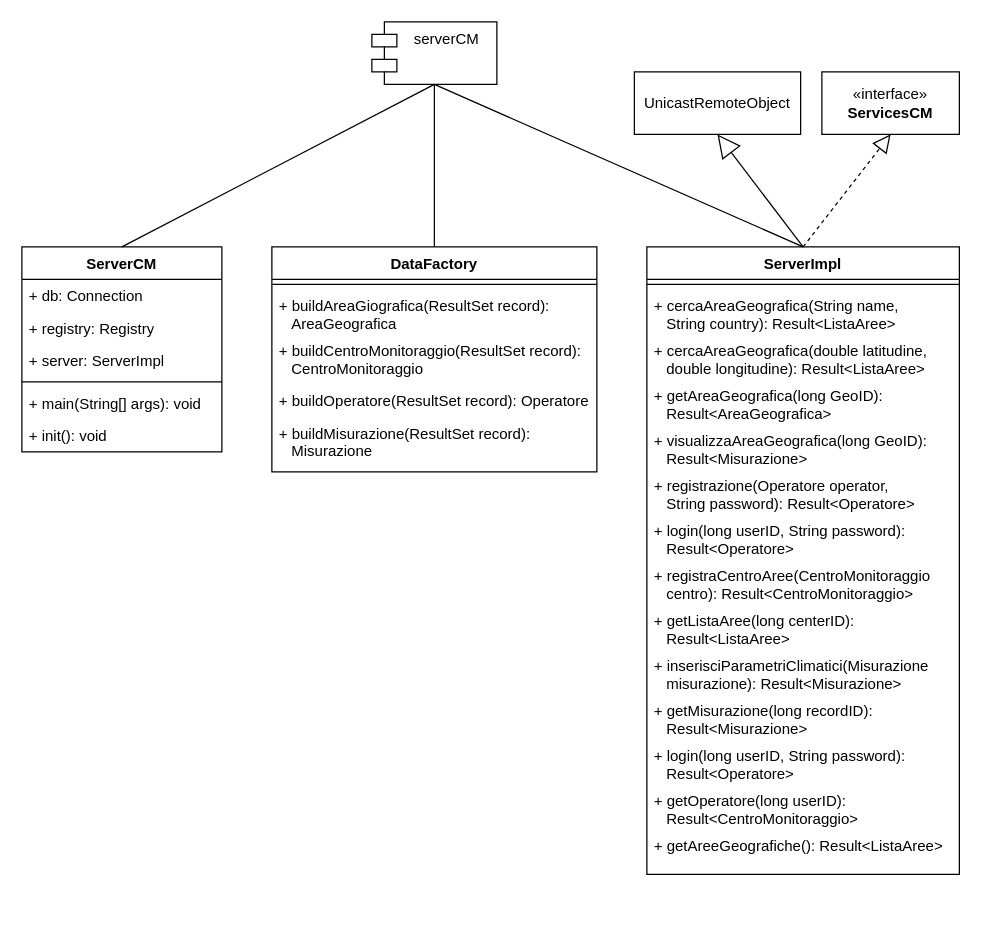
Earlier version of the draw.io diagram fig/drawio/serverCM.drawio (Qu4draetto-A3B/UniLab-docs). Source tidied: cells renumbered, new cells numbered last; positions are measured from the earlier drawing's top-left corner, leaving out a move shared by most shapes. Both pictures are drawn from the tidied source at 125%, with x=0, y=0 at pixel (21, 21).
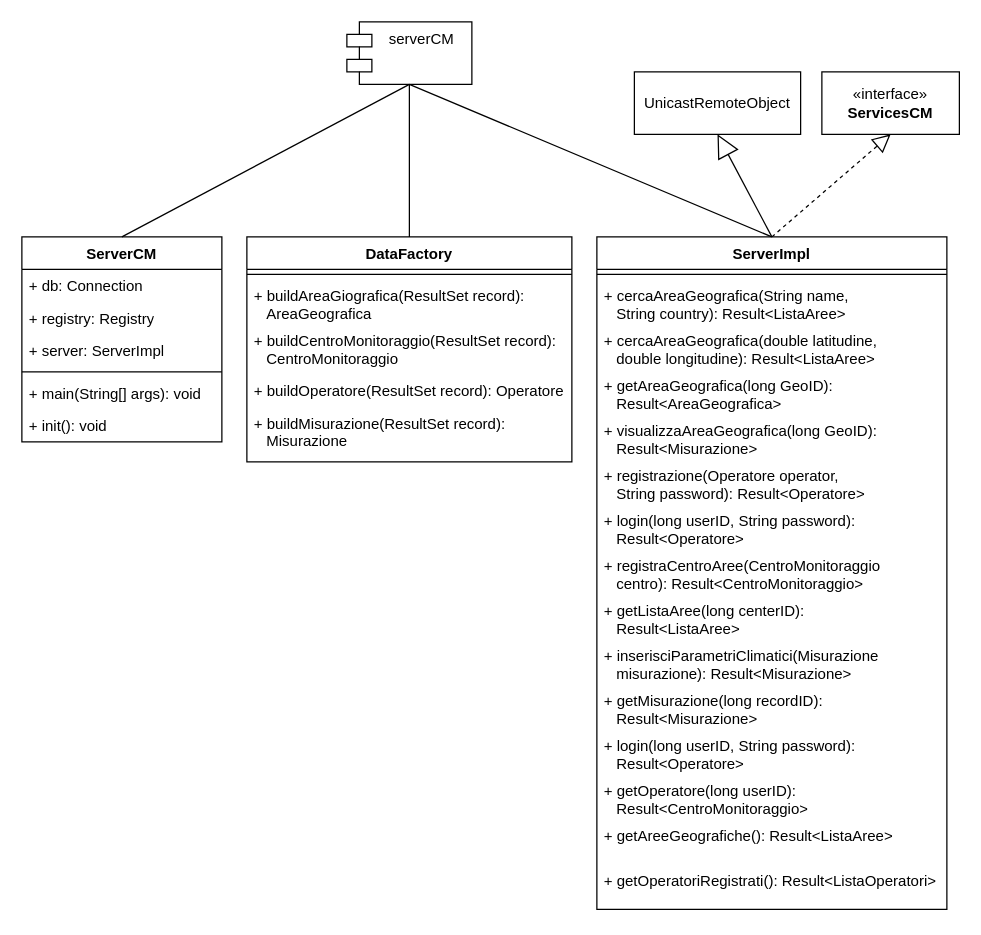
Above is the later version.

Change to the diagram source:
```diff
@@
     <mxCell id="2" value="serverCM" style="shape=module;align=left;spacingLeft=20;align=center;verticalAlign=top;whiteSpace=wrap;html=1;" parent="1" vertex="1">
-      <mxGeometry x="280" width="100" height="50" as="geometry" />
+      <mxGeometry x="260" width="100" height="50" as="geometry" />
     </mxCell>
     <mxCell id="3" value="DataFactory" style="swimlane;fontStyle=1;align=center;verticalAlign=top;horizontal=1;startSize=26;whiteSpace=wrap;html=1;" parent="1" vertex="1">
-      <mxGeometry x="200" y="180" width="260" height="180" as="geometry" />
+      <mxGeometry x="180" y="172" width="260" height="180" as="geometry" />
     </mxCell>
@@
     <mxCell id="9" value="ServerCM" style="swimlane;fontStyle=1;align=center;verticalAlign=top;horizontal=1;startSize=26;whiteSpace=wrap;html=1;" parent="1" vertex="1">
-      <mxGeometry y="180" width="160" height="164" as="geometry" />
+      <mxGeometry y="172" width="160" height="164" as="geometry" />
     </mxCell>
@@
     <mxCell id="16" value="ServerImpl" style="swimlane;fontStyle=1;align=center;verticalAlign=top;horizontal=1;startSize=26;whiteSpace=wrap;html=1;" parent="1" vertex="1">
-      <mxGeometry x="500" y="180" width="250" height="502" as="geometry" />
+      <mxGeometry x="460" y="172" width="280" height="538" as="geometry" />
     </mxCell>
     <mxCell id="17" style="line;strokeWidth=1;fillColor=none;align=left;verticalAlign=middle;spacingTop=-1;spacingLeft=3;spacingRight=3;labelPosition=right;strokeColor=inherit;" parent="16" vertex="1">
-      <mxGeometry y="26" width="250" height="8" as="geometry" />
+      <mxGeometry y="26" width="280" height="8" as="geometry" />
     </mxCell>
     <mxCell id="18" value="+ cercaAreaGeografica(String name,&amp;nbsp; &amp;nbsp;&lt;br&gt;&amp;nbsp; &amp;nbsp;String country): Result&amp;lt;ListaAree&amp;gt;" style="text;strokeColor=none;fillColor=none;align=left;verticalAlign=top;spacingLeft=4;spacingRight=4;overflow=hidden;whiteSpace=wrap;html=1;" parent="16" vertex="1">
-      <mxGeometry y="34" width="250" height="36" as="geometry" />
+      <mxGeometry y="34" width="280" height="36" as="geometry" />
     </mxCell>
     <mxCell id="19" value="+ cercaAreaGeografica(double latitudine,&lt;br&gt;&amp;nbsp; &amp;nbsp;double longitudine): Result&amp;lt;ListaAree&amp;gt;" style="text;strokeColor=none;fillColor=none;align=left;verticalAlign=top;spacingLeft=4;spacingRight=4;overflow=hidden;whiteSpace=wrap;html=1;" parent="16" vertex="1">
-      <mxGeometry y="70" width="250" height="36" as="geometry" />
+      <mxGeometry y="70" width="280" height="36" as="geometry" />
     </mxCell>
     <mxCell id="20" value="+ getAreaGeografica(long GeoID):&lt;br&gt;&amp;nbsp; &amp;nbsp;Result&amp;lt;AreaGeografica&amp;gt;" style="text;strokeColor=none;fillColor=none;align=left;verticalAlign=top;spacingLeft=4;spacingRight=4;overflow=hidden;whiteSpace=wrap;html=1;" parent="16" vertex="1">
-      <mxGeometry y="106" width="250" height="36" as="geometry" />
+      <mxGeometry y="106" width="280" height="36" as="geometry" />
     </mxCell>
     <mxCell id="21" value="+ visualizzaAreaGeografica(long GeoID):&lt;br&gt;&amp;nbsp; &amp;nbsp;Result&amp;lt;Misurazione&amp;gt;" style="text;strokeColor=none;fillColor=none;align=left;verticalAlign=top;spacingLeft=4;spacingRight=4;overflow=hidden;whiteSpace=wrap;html=1;" parent="16" vertex="1">
-      <mxGeometry y="142" width="250" height="36" as="geometry" />
+      <mxGeometry y="142" width="280" height="36" as="geometry" />
     </mxCell>
     <mxCell id="22" value="+ registrazione(Operatore operator,&lt;br&gt;&amp;nbsp; &amp;nbsp;String password): Result&amp;lt;Operatore&amp;gt;" style="text;strokeColor=none;fillColor=none;align=left;verticalAlign=top;spacingLeft=4;spacingRight=4;overflow=hidden;whiteSpace=wrap;html=1;" parent="16" vertex="1">
-      <mxGeometry y="178" width="250" height="36" as="geometry" />
+      <mxGeometry y="178" width="280" height="36" as="geometry" />
     </mxCell>
     <mxCell id="23" value="+ login(long userID, String password):&lt;br&gt;&amp;nbsp; &amp;nbsp;Result&amp;lt;Operatore&amp;gt;" style="text;strokeColor=none;fillColor=none;align=left;verticalAlign=top;spacingLeft=4;spacingRight=4;overflow=hidden;whiteSpace=wrap;html=1;" parent="16" vertex="1">
-      <mxGeometry y="214" width="250" height="36" as="geometry" />
+      <mxGeometry y="214" width="280" height="36" as="geometry" />
     </mxCell>
     <mxCell id="24" value="+ registraCentroAree(CentroMonitoraggio&lt;br&gt;&amp;nbsp; &amp;nbsp;centro): Result&amp;lt;CentroMonitoraggio&amp;gt;" style="text;strokeColor=none;fillColor=none;align=left;verticalAlign=top;spacingLeft=4;spacingRight=4;overflow=hidden;whiteSpace=wrap;html=1;" parent="16" vertex="1">
-      <mxGeometry y="250" width="250" height="36" as="geometry" />
+      <mxGeometry y="250" width="280" height="36" as="geometry" />
     </mxCell>
     <mxCell id="25" value="+ getListaAree(long centerID):&lt;br&gt;&amp;nbsp; &amp;nbsp;Result&amp;lt;ListaAree&amp;gt;" style="text;strokeColor=none;fillColor=none;align=left;verticalAlign=top;spacingLeft=4;spacingRight=4;overflow=hidden;whiteSpace=wrap;html=1;" parent="16" vertex="1">
-      <mxGeometry y="286" width="250" height="36" as="geometry" />
+      <mxGeometry y="286" width="280" height="36" as="geometry" />
     </mxCell>
     <mxCell id="26" value="+ inserisciParametriClimatici(Misurazione&lt;br&gt;&amp;nbsp; &amp;nbsp;misurazione):&amp;nbsp;Result&amp;lt;Misurazione&amp;gt;" style="text;strokeColor=none;fillColor=none;align=left;verticalAlign=top;spacingLeft=4;spacingRight=4;overflow=hidden;whiteSpace=wrap;html=1;" parent="16" vertex="1">
-      <mxGeometry y="322" width="250" height="36" as="geometry" />
+      <mxGeometry y="322" width="280" height="36" as="geometry" />
     </mxCell>
     <mxCell id="27" value="+ getMisurazione(long recordID):&lt;br&gt;&amp;nbsp; &amp;nbsp;Result&amp;lt;Misurazione&amp;gt;" style="text;strokeColor=none;fillColor=none;align=left;verticalAlign=top;spacingLeft=4;spacingRight=4;overflow=hidden;whiteSpace=wrap;html=1;" parent="16" vertex="1">
-      <mxGeometry y="358" width="250" height="36" as="geometry" />
+      <mxGeometry y="358" width="280" height="36" as="geometry" />
     </mxCell>
     <mxCell id="28" value="+ login(long userID, String password):&lt;br&gt;&amp;nbsp; &amp;nbsp;Result&amp;lt;Operatore&amp;gt;" style="text;strokeColor=none;fillColor=none;align=left;verticalAlign=top;spacingLeft=4;spacingRight=4;overflow=hidden;whiteSpace=wrap;html=1;" parent="16" vertex="1">
-      <mxGeometry y="394" width="250" height="36" as="geometry" />
+      <mxGeometry y="394" width="280" height="36" as="geometry" />
     </mxCell>
     <mxCell id="29" value="+ getOperatore(long userID):&lt;br&gt;&amp;nbsp; &amp;nbsp;Result&amp;lt;CentroMonitoraggio&amp;gt;" style="text;strokeColor=none;fillColor=none;align=left;verticalAlign=top;spacingLeft=4;spacingRight=4;overflow=hidden;whiteSpace=wrap;html=1;" parent="16" vertex="1">
-      <mxGeometry y="430" width="250" height="36" as="geometry" />
+      <mxGeometry y="430" width="280" height="36" as="geometry" />
     </mxCell>
     <mxCell id="30" value="+&amp;nbsp;getAreeGeografiche&lt;span style=&quot;background-color: initial;&quot;&gt;():&lt;/span&gt;&amp;nbsp;Result&amp;lt;ListaAree&amp;gt;" style="text;strokeColor=none;fillColor=none;align=left;verticalAlign=top;spacingLeft=4;spacingRight=4;overflow=hidden;whiteSpace=wrap;html=1;" parent="16" vertex="1">
-      <mxGeometry y="466" width="250" height="36" as="geometry" />
+      <mxGeometry y="466" width="280" height="36" as="geometry" />
     </mxCell>
+    <mxCell id="38" value="+&amp;nbsp;getOperatoriRegistrati&lt;span style=&quot;background-color: initial;&quot;&gt;():&lt;/span&gt;&amp;nbsp;Result&amp;lt;ListaOperatori&amp;gt;" style="text;strokeColor=none;fillColor=none;align=left;verticalAlign=top;spacingLeft=4;spacingRight=4;overflow=hidden;whiteSpace=wrap;html=1;" parent="16" vertex="1">
+      <mxGeometry y="502" width="280" height="36" as="geometry" />
+    </mxCell>
```
